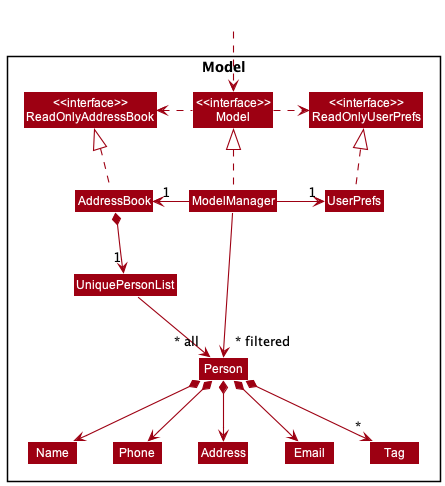
This is docs/images/diagrams/ModelClassDiagram.png from nus-cs2103-AY2223S1/tp, a PlantUML export, as it was before one commit. The source it was exported from:
```plantuml
@startuml
!include style.puml
skinparam arrowThickness 1.1
skinparam arrowColor MODEL_COLOR
skinparam classBackgroundColor MODEL_COLOR

Package Model <<Rectangle>>{
Class "<<interface>>\nReadOnlyAddressBook" as ReadOnlyAddressBook
Class "<<interface>>\nReadOnlyUserPrefs" as ReadOnlyUserPrefs
Class "<<interface>>\nModel" as Model
Class AddressBook
Class ModelManager
Class UserPrefs

Class UniquePersonList
Class Person
Class Address
Class Email
Class Name
Class Phone
Class Tag

}

Class HiddenOutside #FFFFFF
HiddenOutside ..> Model

AddressBook .up.|> ReadOnlyAddressBook

ModelManager .up.|> Model
Model .right.> ReadOnlyUserPrefs
Model .left.> ReadOnlyAddressBook
ModelManager -left-> "1" AddressBook
ModelManager -right-> "1" UserPrefs
UserPrefs .up.|> ReadOnlyUserPrefs

AddressBook *--> "1" UniquePersonList
UniquePersonList --> "~* all" Person
Person *--> Name
Person *--> Phone
Person *--> Email
Person *--> Address
Person *--> "*" Tag

Name -[hidden]right-> Phone
Phone -[hidden]right-> Address
Address -[hidden]right-> Email

ModelManager -->"~* filtered" Person
@enduml
```
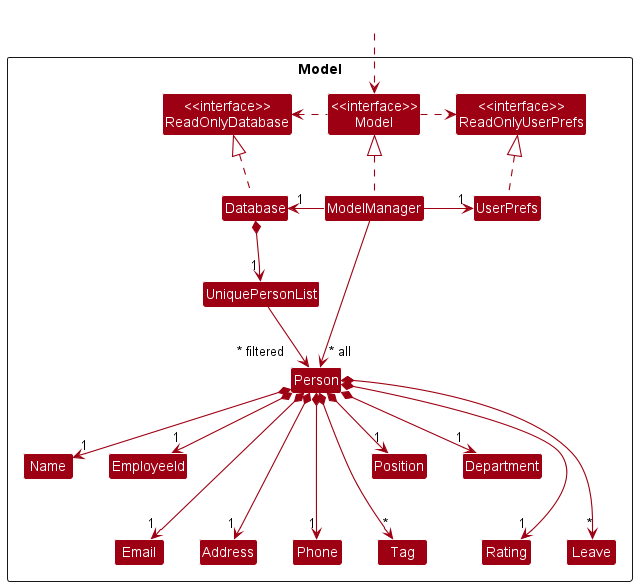
Above is the later version.

Diff of the diagram source:
```diff
@@ -5,10 +5,10 @@
 skinparam classBackgroundColor MODEL_COLOR
 
 Package Model <<Rectangle>>{
-Class "<<interface>>\nReadOnlyAddressBook" as ReadOnlyAddressBook
+Class "<<interface>>\nReadOnlyDatabase" as ReadOnlyDatabase
 Class "<<interface>>\nReadOnlyUserPrefs" as ReadOnlyUserPrefs
 Class "<<interface>>\nModel" as Model
-Class AddressBook
+Class Database
 Class ModelManager
 Class UserPrefs
 
@@ -19,32 +19,41 @@
 Class Name
 Class Phone
 Class Tag
-
+Class EmployeeId
+Class Position
+Class Department
+Class Rating
+Class Leave
 }
 
 Class HiddenOutside #FFFFFF
 HiddenOutside ..> Model
 
-AddressBook .up.|> ReadOnlyAddressBook
+Database .up.|> ReadOnlyDatabase
 
 ModelManager .up.|> Model
 Model .right.> ReadOnlyUserPrefs
-Model .left.> ReadOnlyAddressBook
-ModelManager -left-> "1" AddressBook
+Model .left.> ReadOnlyDatabase
+ModelManager -left-> "1" Database
 ModelManager -right-> "1" UserPrefs
 UserPrefs .up.|> ReadOnlyUserPrefs
 
-AddressBook *--> "1" UniquePersonList
-UniquePersonList --> "~* all" Person
-Person *--> Name
-Person *--> Phone
-Person *--> Email
-Person *--> Address
-Person *--> "*" Tag
+Database *--> "1" UniquePersonList
+UniquePersonList --> "    ~* all" Person
+Person *--> "1" Name
+Person *--> "1" EmployeeId
+Person *--> "1" Position
+Person *--> "1" Department
+Person *---> "1" Phone
+Person *---> "1" Email
+Person *---> "1" Address
+Person *---> "1" Rating
+Person *---> "*" Tag
+Person *---> "*" Leave
 
-Name -[hidden]right-> Phone
-Phone -[hidden]right-> Address
-Address -[hidden]right-> Email
+Name -[hidden]right-> EmployeeId
+Email -[hidden]right-> Address
+Address -[hidden]right-> Phone
 
-ModelManager -->"~* filtered" Person
+ModelManager -->"~* filtered      " Person
 @enduml
```
